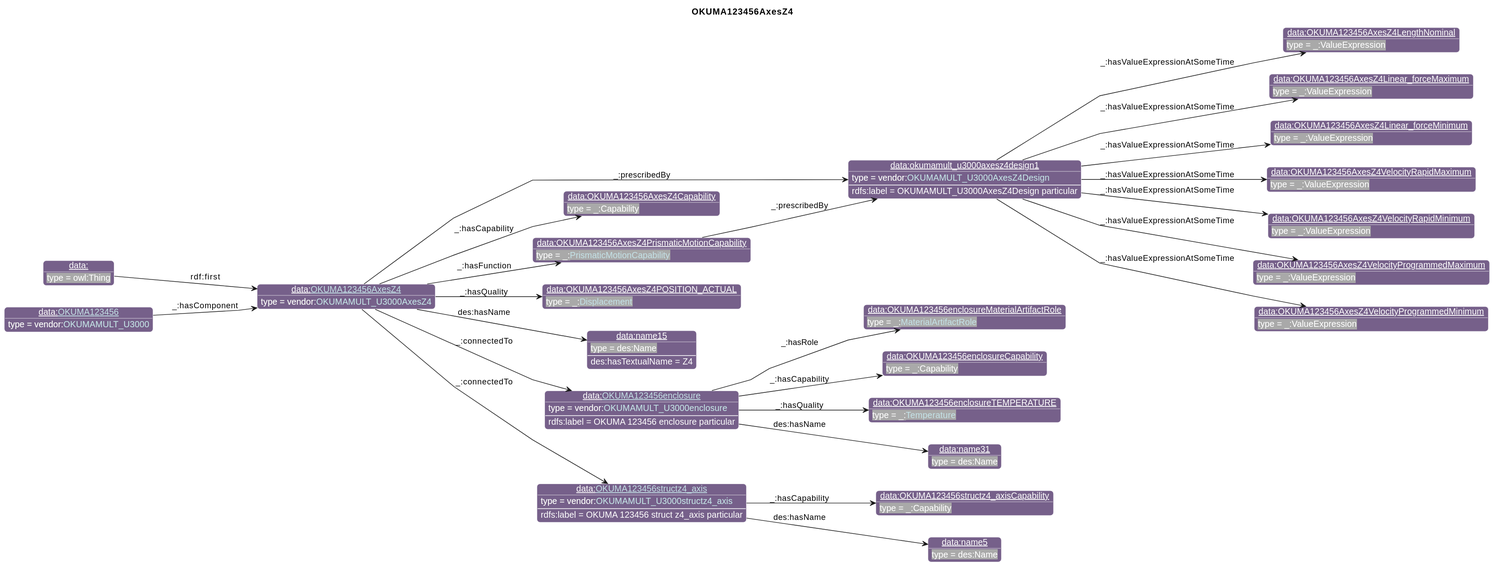
iofoundry/example-syseng-mtconnect keeps this PlantUML diagram as diagrams/OKUMA123456AxesZ4.svg. Above is the earlier version.
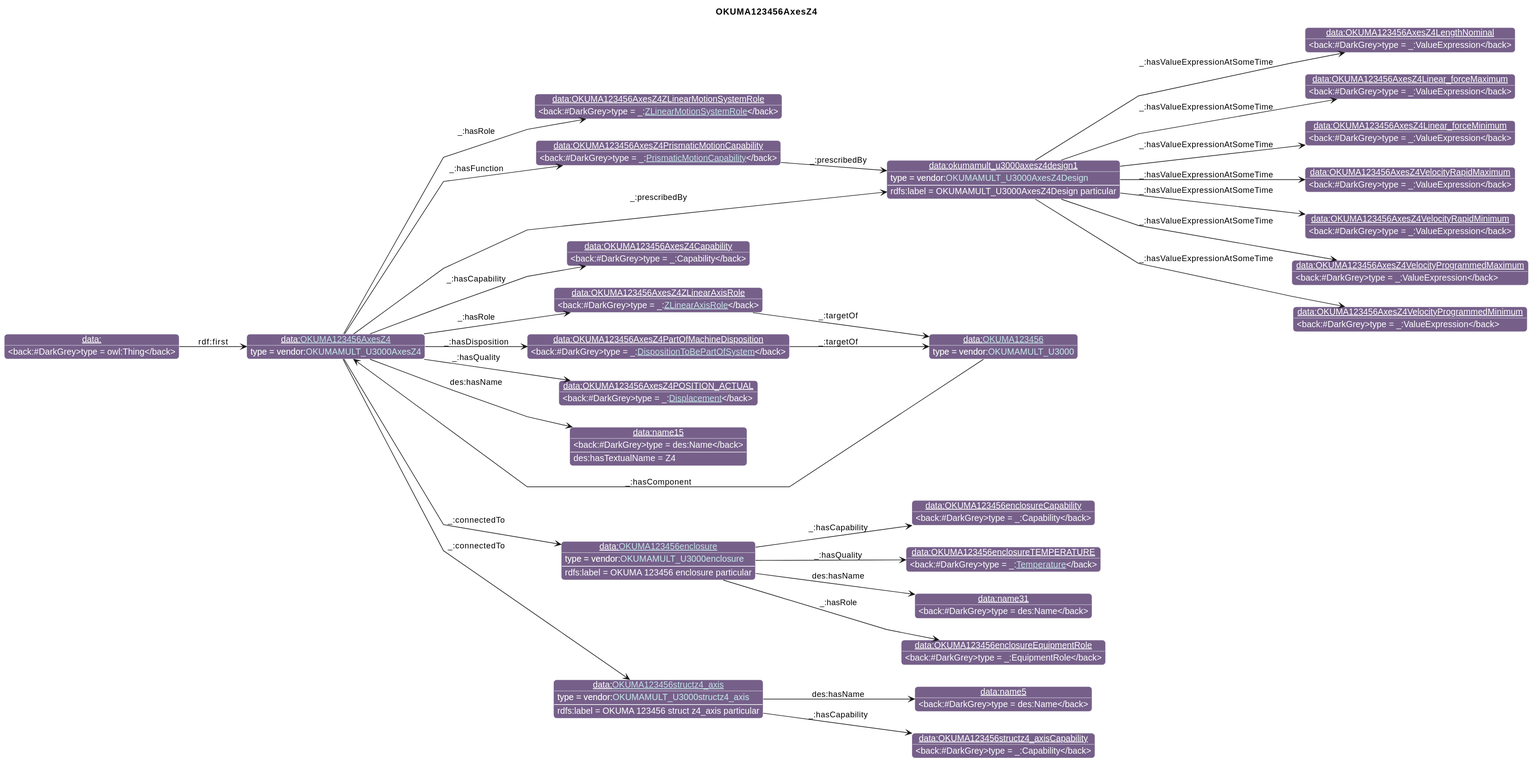
The same diagram one commit later.

Diff of the diagram source:
```diff
@@ -26,53 +26,61 @@
                       "qp":"641B2E"
       }
 individual(o0, data:[[./OKUMA123456AxesZ4.html OKUMA123456AxesZ4]], vendor:[[../OKUMA.html#OKUMAMULT_U3000AxesZ4 OKUMAMULT_U3000AxesZ4]])
-individual(o1, data:okumamult_u3000axesz4design1, vendor:[[../OKUMA.html#OKUMAMULT_U3000AxesZ4Design OKUMAMULT_U3000AxesZ4Design]])
-individual(o2, data:OKUMA123456AxesZ4LengthNominal, _:ValueExpression)
-individual(o3, data:OKUMA123456AxesZ4Linear_forceMaximum, _:ValueExpression)
-individual(o4, data:OKUMA123456AxesZ4Linear_forceMinimum, _:ValueExpression)
-individual(o5, data:OKUMA123456AxesZ4VelocityRapidMaximum, _:ValueExpression)
-individual(o6, data:OKUMA123456AxesZ4VelocityRapidMinimum, _:ValueExpression)
-individual(o7, data:OKUMA123456AxesZ4VelocityProgrammedMaximum, _:ValueExpression)
-individual(o8, data:OKUMA123456AxesZ4VelocityProgrammedMinimum, _:ValueExpression)
-individual(o9, data:OKUMA123456AxesZ4Capability, _:Capability)
-individual(o10, data:OKUMA123456AxesZ4PrismaticMotionCapability, _:[[../MTConnect.html#PrismaticMotionCapability PrismaticMotionCapability]])
-individual(o11, data:OKUMA123456AxesZ4POSITION_ACTUAL, _:[[../MTConnect.html#Displacement Displacement]])
-individual(o12, data:name15, des:Name)
-individual(o13, data:[[./OKUMA123456enclosure.html OKUMA123456enclosure]], vendor:[[../OKUMA.html#OKUMAMULT_U3000enclosure OKUMAMULT_U3000enclosure]])
-individual(o14, data:OKUMA123456enclosureMaterialArtifactRole, _:[[../MTConnect.html#MaterialArtifactRole MaterialArtifactRole]])
-individual(o15, data:OKUMA123456enclosureCapability, _:Capability)
-individual(o16, data:OKUMA123456enclosureTEMPERATURE, _:[[../MTConnect.html#Temperature Temperature]])
-individual(o17, data:name31, des:Name)
-individual(o18, data:[[./OKUMA123456structz4_axis.html OKUMA123456structz4_axis]], vendor:[[../OKUMA.html#OKUMAMULT_U3000structz4_axis OKUMAMULT_U3000structz4_axis]])
-individual(o19, data:OKUMA123456structz4_axisCapability, _:Capability)
-individual(o20, data:name5, des:Name)
-individual(o21, data:, owl:Thing)
-individual(o22, data:[[./OKUMA123456.html OKUMA123456]], vendor:[[../OKUMA.html#OKUMAMULT_U3000 OKUMAMULT_U3000]])
-property(o0, "_:prescribedBy", o1)
-data(o1, "rdfs:label", "OKUMAMULT_U3000AxesZ4Design particular")
-property(o1, "_:hasValueExpressionAtSomeTime", o2)
-property(o1, "_:hasValueExpressionAtSomeTime", o3)
-property(o1, "_:hasValueExpressionAtSomeTime", o4)
-property(o1, "_:hasValueExpressionAtSomeTime", o5)
-property(o1, "_:hasValueExpressionAtSomeTime", o6)
-property(o1, "_:hasValueExpressionAtSomeTime", o7)
-property(o1, "_:hasValueExpressionAtSomeTime", o8)
-property(o0, "_:hasCapability", o9)
-property(o0, "_:hasFunction", o10)
-property(o10, "_:prescribedBy", o1)
-property(o0, "_:hasQuality", o11)
-property(o0, "des:hasName", o12)
-data(o12, "des:hasTextualName", "Z4")
-property(o0, "_:connectedTo", o13)
-data(o13, "rdfs:label", "OKUMA 123456 enclosure particular")
-property(o13, "_:hasRole", o14)
-property(o13, "_:hasCapability", o15)
-property(o13, "_:hasQuality", o16)
-property(o13, "des:hasName", o17)
-property(o0, "_:connectedTo", o18)
-data(o18, "rdfs:label", "OKUMA 123456 struct z4_axis particular")
-property(o18, "_:hasCapability", o19)
-property(o18, "des:hasName", o20)
-property(o21, "rdf:first", o0)
-property(o22, "_:hasComponent", o0)
+individual(o1, data:OKUMA123456AxesZ4ZLinearMotionSystemRole, _:[[../MTConnect.html#ZLinearMotionSystemRole ZLinearMotionSystemRole]])
+individual(o2, data:OKUMA123456AxesZ4ZLinearAxisRole, _:[[../MTConnect.html#ZLinearAxisRole ZLinearAxisRole]])
+individual(o3, data:[[./OKUMA123456.html OKUMA123456]], vendor:[[../OKUMA.html#OKUMAMULT_U3000 OKUMAMULT_U3000]])
+individual(o4, data:okumamult_u3000axesz4design1, vendor:[[../OKUMA.html#OKUMAMULT_U3000AxesZ4Design OKUMAMULT_U3000AxesZ4Design]])
+individual(o5, data:OKUMA123456AxesZ4LengthNominal, _:ValueExpression)
+individual(o6, data:OKUMA123456AxesZ4Linear_forceMaximum, _:ValueExpression)
+individual(o7, data:OKUMA123456AxesZ4Linear_forceMinimum, _:ValueExpression)
+individual(o8, data:OKUMA123456AxesZ4VelocityRapidMaximum, _:ValueExpression)
+individual(o9, data:OKUMA123456AxesZ4VelocityRapidMinimum, _:ValueExpression)
+individual(o10, data:OKUMA123456AxesZ4VelocityProgrammedMaximum, _:ValueExpression)
+individual(o11, data:OKUMA123456AxesZ4VelocityProgrammedMinimum, _:ValueExpression)
+individual(o12, data:OKUMA123456AxesZ4Capability, _:Capability)
+individual(o13, data:OKUMA123456AxesZ4PrismaticMotionCapability, _:[[../MTConnect.html#PrismaticMotionCapability PrismaticMotionCapability]])
+individual(o14, data:OKUMA123456AxesZ4PartOfMachineDisposition, _:[[../MTConnect.html#DispositionToBePartOfSystem DispositionToBePartOfSystem]])
+individual(o15, data:OKUMA123456AxesZ4POSITION_ACTUAL, _:[[../MTConnect.html#Displacement Displacement]])
+individual(o16, data:name15, des:Name)
+individual(o17, data:[[./OKUMA123456enclosure.html OKUMA123456enclosure]], vendor:[[../OKUMA.html#OKUMAMULT_U3000enclosure OKUMAMULT_U3000enclosure]])
+individual(o18, data:OKUMA123456enclosureEquipmentRole, _:EquipmentRole)
+individual(o19, data:OKUMA123456enclosureCapability, _:Capability)
+individual(o20, data:OKUMA123456enclosureTEMPERATURE, _:[[../MTConnect.html#Temperature Temperature]])
+individual(o21, data:name31, des:Name)
+individual(o22, data:[[./OKUMA123456structz4_axis.html OKUMA123456structz4_axis]], vendor:[[../OKUMA.html#OKUMAMULT_U3000structz4_axis OKUMAMULT_U3000structz4_axis]])
+individual(o23, data:OKUMA123456structz4_axisCapability, _:Capability)
+individual(o24, data:name5, des:Name)
+individual(o25, data:, owl:Thing)
+property(o0, "_:hasRole", o1)
+property(o0, "_:hasRole", o2)
+property(o2, "_:targetOf", o3)
+property(o0, "_:prescribedBy", o4)
+data(o4, "rdfs:label", "OKUMAMULT_U3000AxesZ4Design particular")
+property(o4, "_:hasValueExpressionAtSomeTime", o5)
+property(o4, "_:hasValueExpressionAtSomeTime", o6)
+property(o4, "_:hasValueExpressionAtSomeTime", o7)
+property(o4, "_:hasValueExpressionAtSomeTime", o8)
+property(o4, "_:hasValueExpressionAtSomeTime", o9)
+property(o4, "_:hasValueExpressionAtSomeTime", o10)
+property(o4, "_:hasValueExpressionAtSomeTime", o11)
+property(o0, "_:hasCapability", o12)
+property(o0, "_:hasFunction", o13)
+property(o13, "_:prescribedBy", o4)
+property(o0, "_:hasDisposition", o14)
+property(o14, "_:targetOf", o3)
+property(o0, "_:hasQuality", o15)
+property(o0, "des:hasName", o16)
+data(o16, "des:hasTextualName", "Z4")
+property(o0, "_:connectedTo", o17)
+data(o17, "rdfs:label", "OKUMA 123456 enclosure particular")
+property(o17, "_:hasRole", o18)
+property(o17, "_:hasCapability", o19)
+property(o17, "_:hasQuality", o20)
+property(o17, "des:hasName", o21)
+property(o0, "_:connectedTo", o22)
+data(o22, "rdfs:label", "OKUMA 123456 struct z4_axis particular")
+property(o22, "_:hasCapability", o23)
+property(o22, "des:hasName", o24)
+property(o25, "rdf:first", o0)
+property(o3, "_:hasComponent", o0)
 @enduml
```
